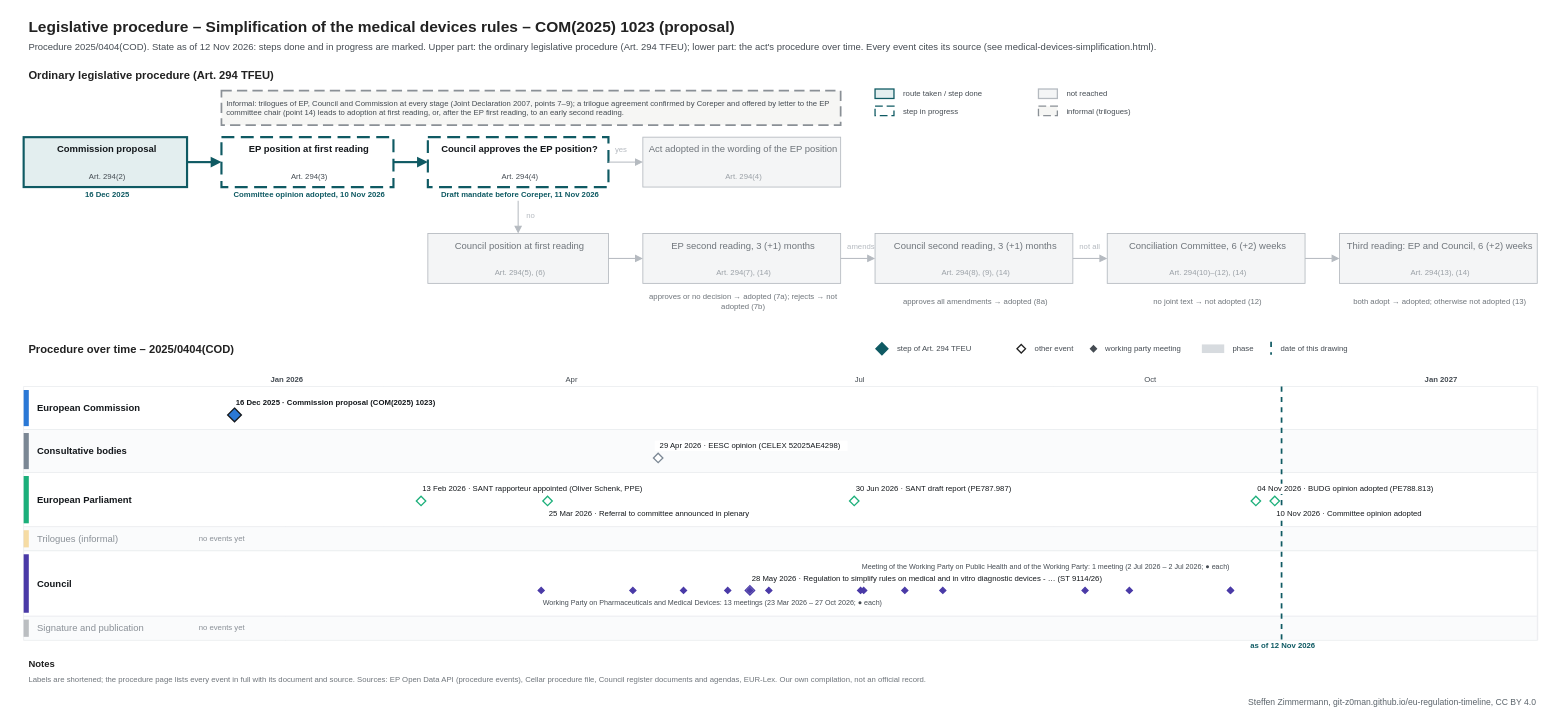
This is procedures/medical-devices-simplification.drawio from git-z0man/eu-regulation-timeline, a draw.io file, before an edit. Source tidied: cells renumbered, new cells numbered last; positions are measured from the earlier drawing's top-left corner, leaving out a move shared by most shapes. Both pictures are drawn from the tidied source at 86%, with x=0, y=0 at pixel (15, 15).
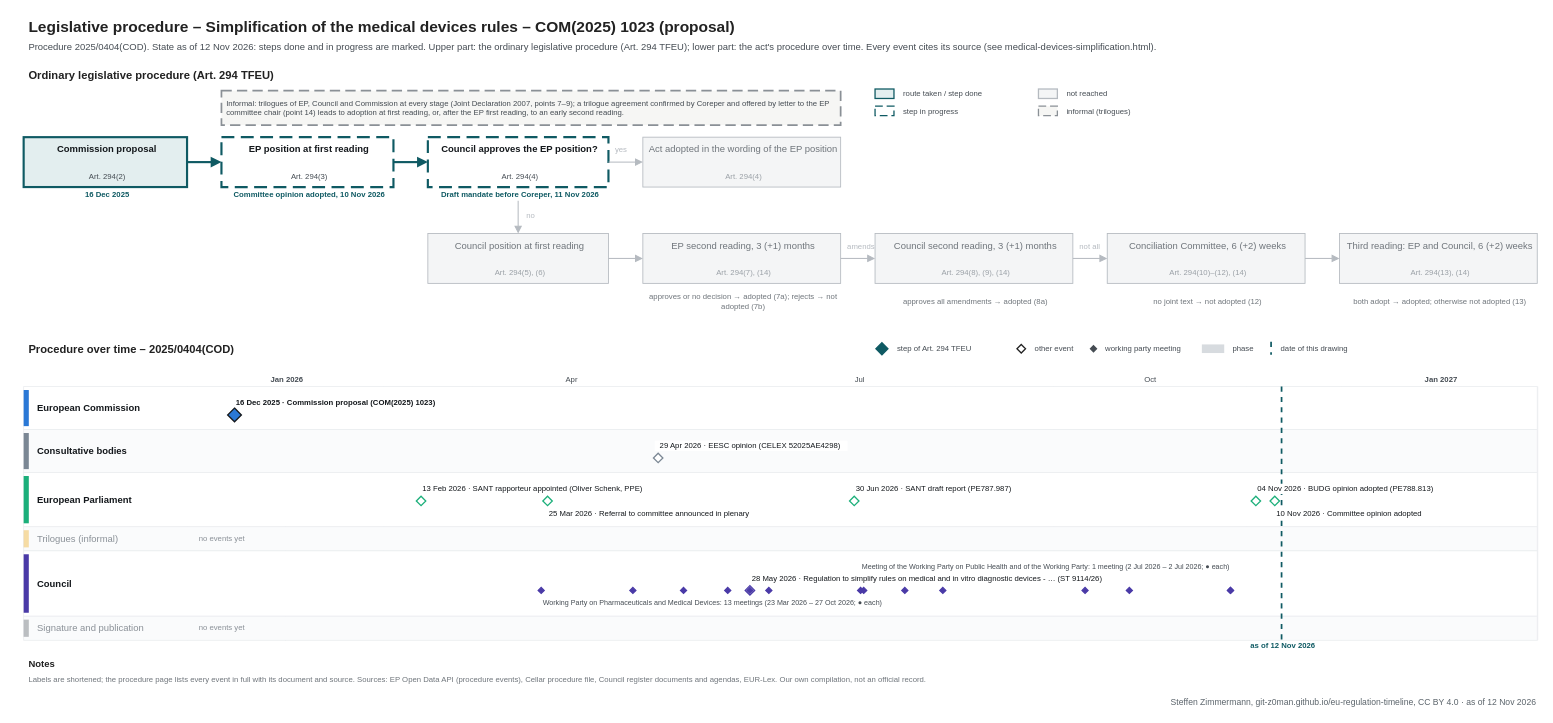
After the change.

The edit, as a diff of the source:
```diff
@@
-    <mxCell id="148" value="Steffen Zimmermann, git-z0man.github.io/eu-regulation-timeline, CC BY 4.0" style="text;html=1;fontSize=10;fontColor=#5b646b;align=right;verticalAlign=middle;spacingLeft=4;" parent="1" vertex="1">
+    <mxCell id="148" value="Steffen Zimmermann, git-z0man.github.io/eu-regulation-timeline, CC BY 4.0 · as of 12 Nov 2026" style="text;html=1;fontSize=10;fontColor=#5b646b;align=right;verticalAlign=middle;spacingLeft=4;" parent="1" vertex="1">
       <mxGeometry x="10" y="791" width="1760" height="16" as="geometry" />
     </mxCell>
```
